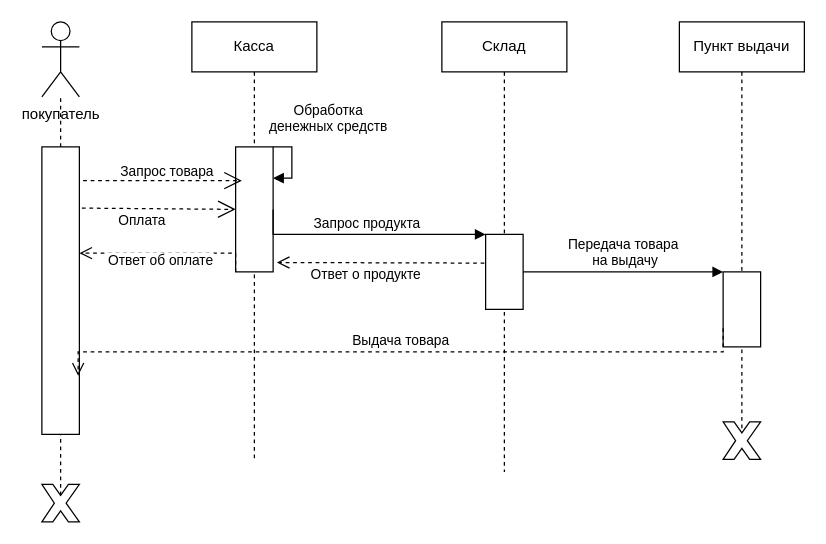
Barbariks/ACMS keeps this draw.io diagram as pract3.drawio. Above is the earlier version. Source tidied: cells renumbered, new cells numbered last; positions are measured from the earlier drawing's top-left corner, leaving out a move shared by most shapes. Both pictures are drawn from the tidied source at 125%, with x=0, y=0 at pixel (41, 21).
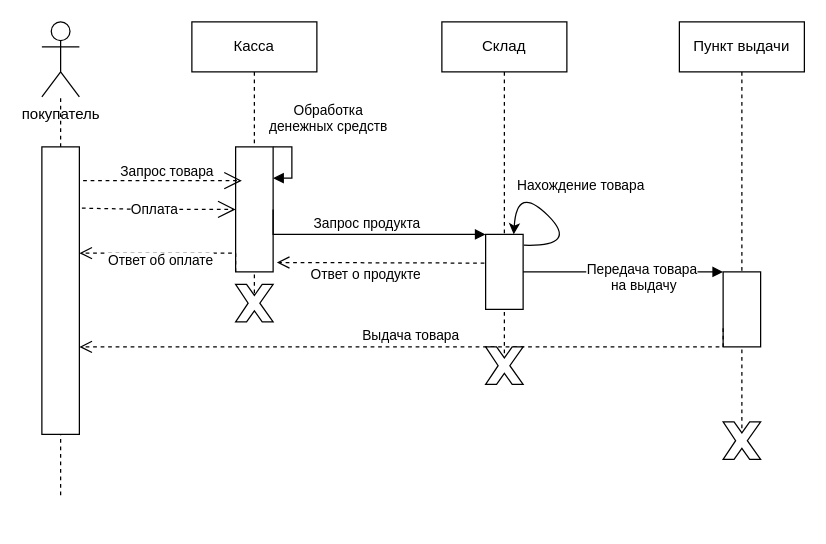
The same page after the edit.

The change refers to these unchanged cells:
```xml
<mxCell id="5" style="rounded=0;whiteSpace=wrap;html=1;" parent="1" vertex="1">
  <mxGeometry y="100" width="30" height="230" as="geometry" />
</mxCell>
<mxCell id="8" style="rounded=0;whiteSpace=wrap;html=1;" parent="1" vertex="1">
  <mxGeometry x="155" y="100" width="30" height="100" as="geometry" />
</mxCell>
<mxCell id="12" style="rounded=0;whiteSpace=wrap;html=1;" parent="1" vertex="1">
  <mxGeometry x="355" y="170" width="30" height="60" as="geometry" />
</mxCell>
<mxCell id="15" style="rounded=0;whiteSpace=wrap;html=1;" parent="1" vertex="1">
  <mxGeometry x="545" y="200" width="30" height="60" as="geometry" />
</mxCell>
```

The edit, as a diff of the source:
```diff
@@
-    <mxCell id="4" style="endArrow=none;dashed=1;html=1;rounded=0;exitX=0.5;exitY=0.29;exitDx=0;exitDy=0;exitPerimeter=0;" parent="1" edge="1" source="20" target="5">
-      <mxGeometry relative="1" as="geometry" />
+    <mxCell id="4" style="endArrow=none;dashed=1;html=1;rounded=0;exitX=0.5;exitY=0.29;exitDx=0;exitDy=0;exitPerimeter=0;" parent="1" edge="1" target="5">
+      <mxGeometry relative="1" as="geometry">
+        <mxPoint x="15" y="378.7" as="sourcePoint" />
+      </mxGeometry>
     </mxCell>
@@
     <mxCell id="7" value="Касса" style="shape=umlLifeline;perimeter=lifelinePerimeter;whiteSpace=wrap;html=1;newEdgeStyle={&quot;edgeStyle&quot;:&quot;elbowEdgeStyle&quot;,&quot;elbow&quot;:&quot;vertical&quot;,&quot;curved&quot;:0,&quot;rounded&quot;:0};" parent="1" vertex="1">
-      <mxGeometry x="120" width="100" height="350" as="geometry" />
+      <mxGeometry x="120" width="100" height="220" as="geometry" />
     </mxCell>
@@
     <mxCell id="10" value="Оплата" style="endArrow=open;endSize=12;dashed=1;html=1;rounded=0;exitX=1.067;exitY=0.213;exitDx=0;exitDy=0;exitPerimeter=0;entryX=0;entryY=0.5;entryDx=0;entryDy=0;" parent="1" edge="1" source="5" target="8">
-      <mxGeometry x="-0.22" y="-10" relative="1" as="geometry" />
+      <mxGeometry x="-0.06" relative="1" as="geometry">
+        <Array as="points">
+          <mxPoint x="80" y="150" />
+        </Array>
+      </mxGeometry>
     </mxCell>
     <mxCell id="11" value="Склад" style="shape=umlLifeline;perimeter=lifelinePerimeter;whiteSpace=wrap;html=1;newEdgeStyle={&quot;edgeStyle&quot;:&quot;elbowEdgeStyle&quot;,&quot;elbow&quot;:&quot;vertical&quot;,&quot;curved&quot;:0,&quot;rounded&quot;:0};" parent="1" vertex="1">
-      <mxGeometry x="320" width="100" height="360" as="geometry" />
+      <mxGeometry x="320" width="100" height="280" as="geometry" />
     </mxCell>
@@
     <mxCell id="16" value="Передача товара&lt;br&gt;&amp;nbsp;на выдачу" style="html=1;verticalAlign=bottom;endArrow=block;edgeStyle=elbowEdgeStyle;elbow=vertical;curved=0;rounded=0;entryX=0;entryY=0;entryDx=0;entryDy=0;exitX=1;exitY=0.5;exitDx=0;exitDy=0;" parent="1" edge="1" source="12" target="15">
-      <mxGeometry relative="1" as="geometry" />
+      <mxGeometry x="0.19" y="-20" relative="1" as="geometry" />
     </mxCell>
-    <mxCell id="17" value="Выдача товара" style="html=1;verticalAlign=bottom;endArrow=open;dashed=1;endSize=8;edgeStyle=elbowEdgeStyle;elbow=vertical;curved=0;rounded=0;exitX=0;exitY=0.75;exitDx=0;exitDy=0;entryX=0.967;entryY=0.796;entryDx=0;entryDy=0;entryPerimeter=0;" parent="1" edge="1" source="15" target="5">
-      <mxGeometry relative="1" as="geometry" />
+    <mxCell id="17" value="Выдача товара" style="html=1;verticalAlign=bottom;endArrow=open;dashed=1;endSize=8;edgeStyle=elbowEdgeStyle;elbow=vertical;curved=0;rounded=0;exitX=0;exitY=0.75;exitDx=0;exitDy=0;" parent="1" edge="1" source="15" target="5">
+      <mxGeometry relative="1" as="geometry">
+        <Array as="points">
+          <mxPoint x="240" y="260" />
+        </Array>
+      </mxGeometry>
     </mxCell>
@@
-    <mxCell id="20" style="verticalLabelPosition=bottom;verticalAlign=top;html=1;shape=mxgraph.basic.x;" parent="1" vertex="1">
-      <mxGeometry y="370" width="30" height="30" as="geometry" />
-    </mxCell>
@@
+    <mxCell id="22" style="curved=1;endArrow=classic;html=1;rounded=0;exitX=1.019;exitY=0.144;exitDx=0;exitDy=0;exitPerimeter=0;entryX=0.75;entryY=0;entryDx=0;entryDy=0;" parent="1" edge="1" source="12" target="12">
+      <mxGeometry relative="1" as="geometry">
+        <Array as="points">
+          <mxPoint x="430" y="180" />
+          <mxPoint x="380" y="130" />
+        </Array>
+      </mxGeometry>
+    </mxCell>
+    <mxCell id="23" value="Нахождение товара" style="edgeLabel;html=1;align=center;verticalAlign=middle;" parent="22" vertex="1">
+      <mxGeometry x="0.04" relative="1" as="geometry">
+        <mxPoint x="26" y="-24" as="offset" />
+      </mxGeometry>
+    </mxCell>
+    <mxCell id="24" style="verticalLabelPosition=bottom;verticalAlign=top;html=1;shape=mxgraph.basic.x;" parent="1" vertex="1">
+      <mxGeometry x="155" y="210" width="30" height="30" as="geometry" />
+    </mxCell>
+    <mxCell id="25" style="verticalLabelPosition=bottom;verticalAlign=top;html=1;shape=mxgraph.basic.x;" parent="1" vertex="1">
+      <mxGeometry x="355" y="260" width="30" height="30" as="geometry" />
+    </mxCell>
```
